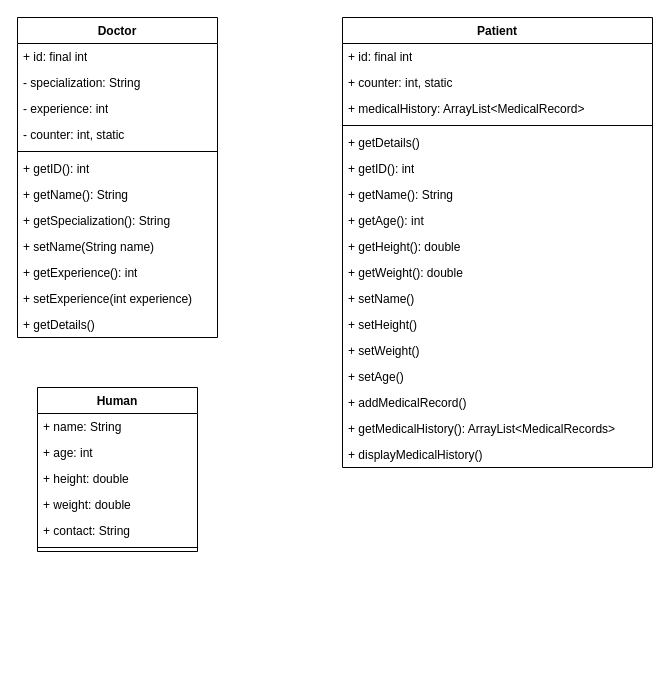
abobymotaki/uncharted keeps this draw.io diagram as UMLDiagram.drawio. Above is the earlier version. Source tidied: cells renumbered, new cells numbered last; positions are measured from the earlier drawing's top-left corner, leaving out a move shared by most shapes. Both pictures are drawn from the tidied source at 100%, with x=0, y=0 at pixel (17, 17).
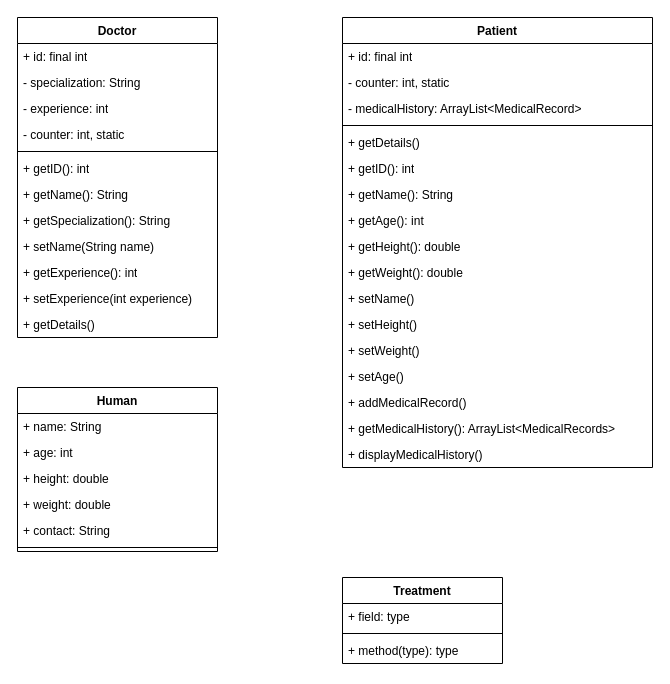
The same diagram, later.

The change refers to these unchanged cells:
```xml
<mxCell id="22" value="Patient" style="swimlane;fontStyle=1;align=center;verticalAlign=top;horizontal=1;startSize=26;whiteSpace=wrap;html=1;" parent="1" vertex="1">
  <mxGeometry x="325" width="310" height="450" as="geometry" />
</mxCell>
```

Change to the diagram source:
```diff
@@
     <mxCell id="15" value="Human" style="swimlane;fontStyle=1;align=center;verticalAlign=top;horizontal=1;startSize=26;whiteSpace=wrap;html=1;" parent="1" vertex="1">
-      <mxGeometry x="20" y="370" width="160" height="164" as="geometry" />
+      <mxGeometry y="370" width="200" height="164" as="geometry" />
     </mxCell>
     <mxCell id="16" value="+ name: String" style="text;strokeColor=none;fillColor=none;align=left;verticalAlign=top;spacingLeft=4;spacingRight=4;overflow=hidden;whiteSpace=wrap;html=1;" parent="15" vertex="1">
-      <mxGeometry y="26" width="160" height="26" as="geometry" />
+      <mxGeometry y="26" width="200" height="26" as="geometry" />
     </mxCell>
     <mxCell id="17" value="+ age: int" style="text;strokeColor=none;fillColor=none;align=left;verticalAlign=top;spacingLeft=4;spacingRight=4;overflow=hidden;whiteSpace=wrap;html=1;" parent="15" vertex="1">
-      <mxGeometry y="52" width="160" height="26" as="geometry" />
+      <mxGeometry y="52" width="200" height="26" as="geometry" />
     </mxCell>
     <mxCell id="18" value="+ height: double" style="text;strokeColor=none;fillColor=none;align=left;verticalAlign=top;spacingLeft=4;spacingRight=4;overflow=hidden;whiteSpace=wrap;html=1;" parent="15" vertex="1">
-      <mxGeometry y="78" width="160" height="26" as="geometry" />
+      <mxGeometry y="78" width="200" height="26" as="geometry" />
     </mxCell>
     <mxCell id="19" value="+ weight: double" style="text;strokeColor=none;fillColor=none;align=left;verticalAlign=top;spacingLeft=4;spacingRight=4;overflow=hidden;whiteSpace=wrap;html=1;" parent="15" vertex="1">
-      <mxGeometry y="104" width="160" height="26" as="geometry" />
+      <mxGeometry y="104" width="200" height="26" as="geometry" />
     </mxCell>
     <mxCell id="20" value="+ contact: String" style="text;strokeColor=none;fillColor=none;align=left;verticalAlign=top;spacingLeft=4;spacingRight=4;overflow=hidden;whiteSpace=wrap;html=1;" parent="15" vertex="1">
-      <mxGeometry y="130" width="160" height="26" as="geometry" />
+      <mxGeometry y="130" width="200" height="26" as="geometry" />
     </mxCell>
     <mxCell id="21" style="line;strokeWidth=1;fillColor=none;align=left;verticalAlign=middle;spacingTop=-1;spacingLeft=3;spacingRight=3;labelPosition=right;strokeColor=inherit;" parent="15" vertex="1">
-      <mxGeometry y="156" width="160" height="8" as="geometry" />
+      <mxGeometry y="156" width="200" height="8" as="geometry" />
     </mxCell>
@@
-    <mxCell id="24" value="+ counter: int, static" style="text;strokeColor=none;fillColor=none;align=left;verticalAlign=top;spacingLeft=4;spacingRight=4;overflow=hidden;whiteSpace=wrap;html=1;" parent="22" vertex="1">
+    <mxCell id="24" value="- counter: int, static" style="text;strokeColor=none;fillColor=none;align=left;verticalAlign=top;spacingLeft=4;spacingRight=4;overflow=hidden;whiteSpace=wrap;html=1;" parent="22" vertex="1">
       <mxGeometry y="52" width="310" height="26" as="geometry" />
     </mxCell>
-    <mxCell id="25" value="+ medicalHistory: ArrayList&amp;lt;MedicalRecord&amp;gt;" style="text;strokeColor=none;fillColor=none;align=left;verticalAlign=top;spacingLeft=4;spacingRight=4;overflow=hidden;whiteSpace=wrap;html=1;" parent="22" vertex="1">
+    <mxCell id="25" value="- medicalHistory: ArrayList&amp;lt;MedicalRecord&amp;gt;" style="text;strokeColor=none;fillColor=none;align=left;verticalAlign=top;spacingLeft=4;spacingRight=4;overflow=hidden;whiteSpace=wrap;html=1;" parent="22" vertex="1">
       <mxGeometry y="78" width="310" height="26" as="geometry" />
     </mxCell>
@@
+    <mxCell id="40" value="Treatment" style="swimlane;fontStyle=1;align=center;verticalAlign=top;horizontal=1;startSize=26;whiteSpace=wrap;html=1;" parent="1" vertex="1">
+      <mxGeometry x="325" y="560" width="160" height="86" as="geometry" />
+    </mxCell>
+    <mxCell id="41" value="+ field: type" style="text;strokeColor=none;fillColor=none;align=left;verticalAlign=top;spacingLeft=4;spacingRight=4;overflow=hidden;whiteSpace=wrap;html=1;" parent="40" vertex="1">
+      <mxGeometry y="26" width="160" height="26" as="geometry" />
+    </mxCell>
+    <mxCell id="42" style="line;strokeWidth=1;fillColor=none;align=left;verticalAlign=middle;spacingTop=-1;spacingLeft=3;spacingRight=3;labelPosition=right;strokeColor=inherit;" parent="40" vertex="1">
+      <mxGeometry y="52" width="160" height="8" as="geometry" />
+    </mxCell>
+    <mxCell id="43" value="+ method(type): type" style="text;strokeColor=none;fillColor=none;align=left;verticalAlign=top;spacingLeft=4;spacingRight=4;overflow=hidden;whiteSpace=wrap;html=1;" parent="40" vertex="1">
+      <mxGeometry y="60" width="160" height="26" as="geometry" />
+    </mxCell>
```
